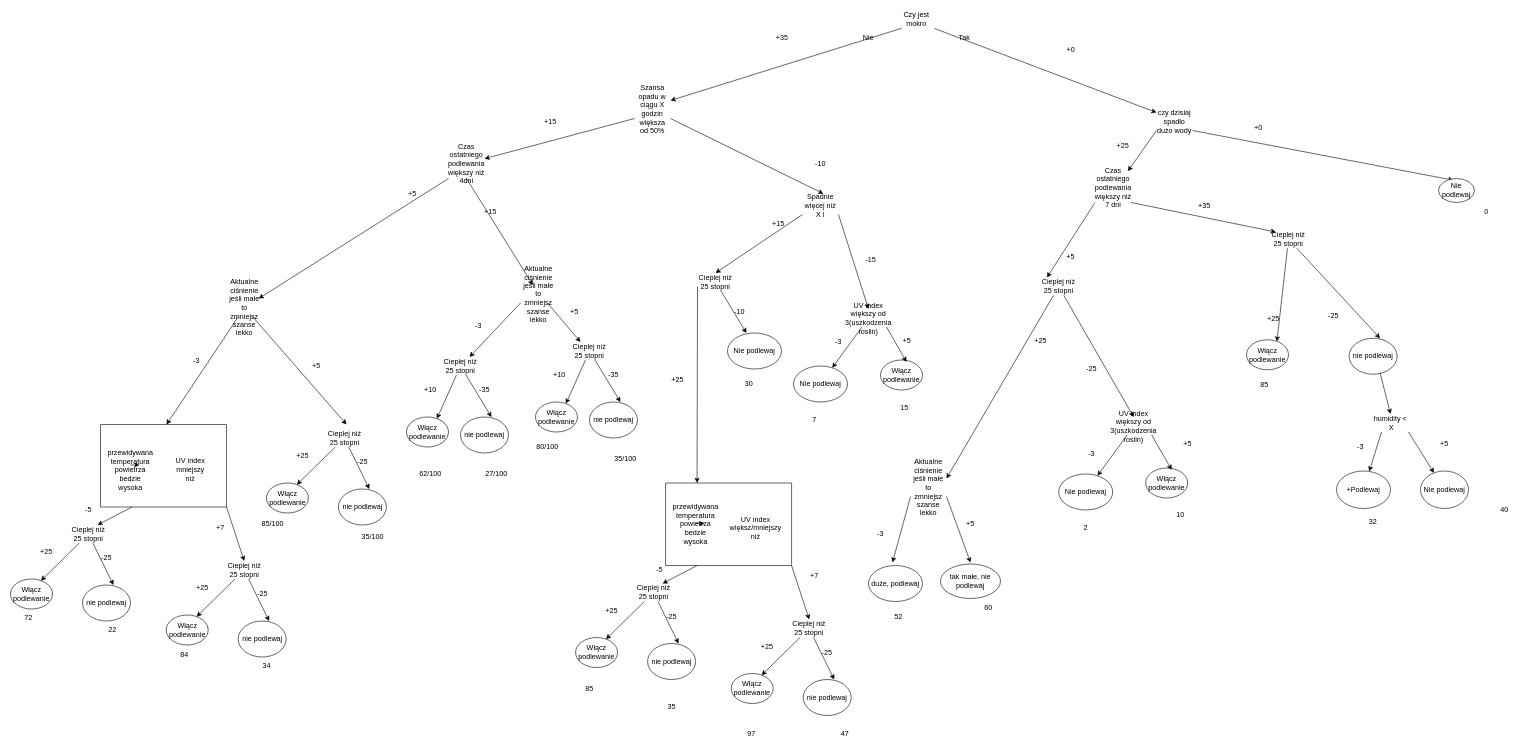
Earlier version of the draw.io diagram page "Diagram" (5 of 5) of conditional-probability.drawio (damiantomczyszyn/Irrigation-System). Source tidied: cells renumbered, new cells numbered last; positions are measured from the earlier drawing's top-left corner, leaving out a move shared by most shapes. Both pictures are drawn from the tidied source at 60%, with x=0, y=0 at pixel (10, 10).
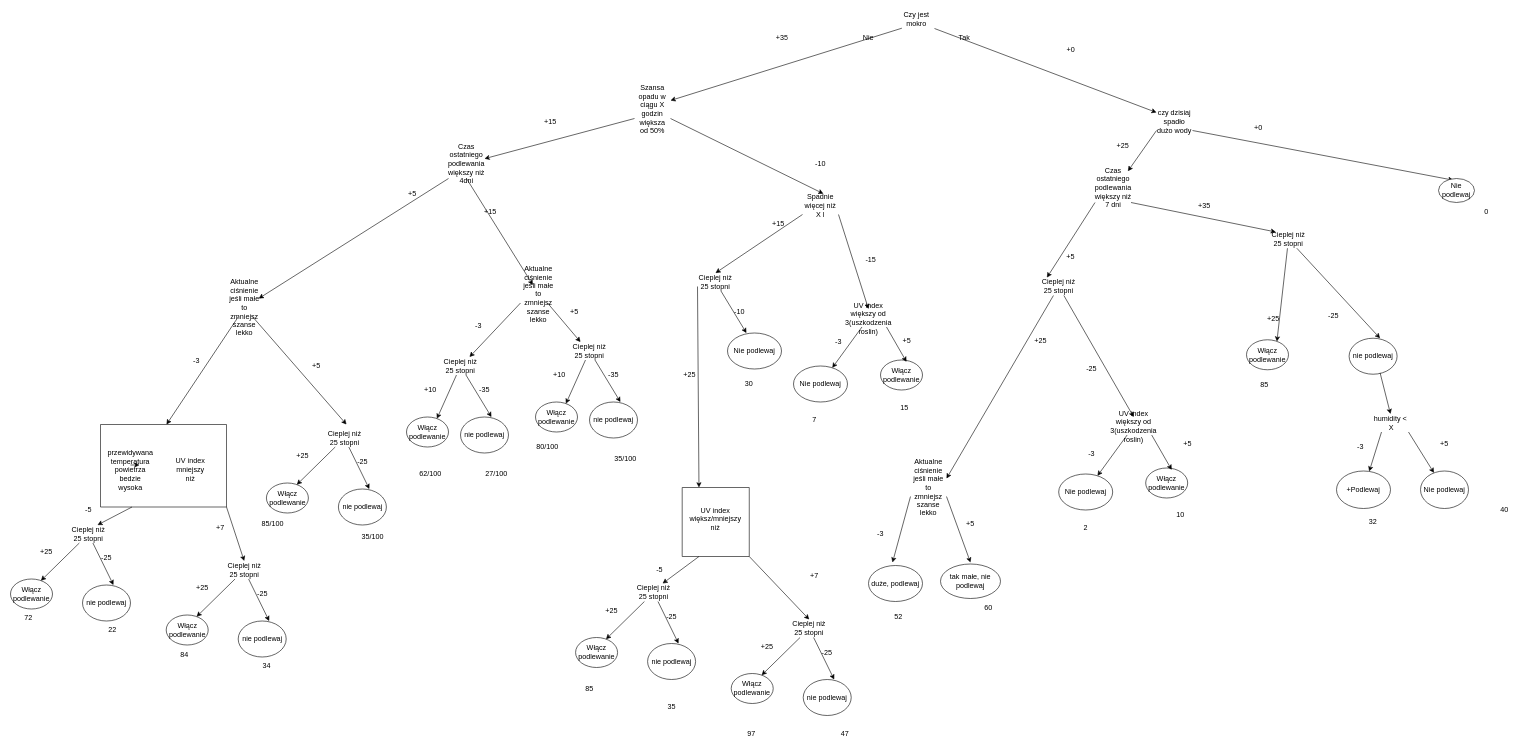
Above is the later version.

What changed in the source:
```diff
@@
     <mxCell id="33" value="+25" style="text;html=1;strokeColor=none;fillColor=none;align=center;verticalAlign=middle;whiteSpace=wrap;rounded=0;" parent="1" vertex="1">
-      <mxGeometry x="1081.8" y="601.2" width="60" height="30" as="geometry" />
+      <mxGeometry x="1101.8" y="592.5" width="60" height="30" as="geometry" />
     </mxCell>
@@
-    <mxCell id="125" value="UV index większ/mniejszy niż" style="text;html=1;strokeColor=none;fillColor=none;align=center;verticalAlign=middle;whiteSpace=wrap;rounded=0;" parent="1" vertex="1">
-      <mxGeometry x="1211.8" y="847.5" width="60" height="30" as="geometry" />
-    </mxCell>
-    <mxCell id="126" value="przewidywana temperatura powietrza bedzie wysoka&lt;br&gt;&lt;div&gt;&lt;br&gt;&lt;br&gt;&lt;/div&gt;" style="text;html=1;strokeColor=none;fillColor=none;align=center;verticalAlign=middle;whiteSpace=wrap;rounded=0;" parent="1" vertex="1">
-      <mxGeometry x="1111.8" y="855" width="60" height="30" as="geometry" />
-    </mxCell>
-    <mxCell id="127" style="edgeStyle=orthogonalEdgeStyle;rounded=0;orthogonalLoop=1;jettySize=auto;html=1;exitX=0.5;exitY=0;exitDx=0;exitDy=0;entryX=0.75;entryY=0;entryDx=0;entryDy=0;" parent="1" edge="1" source="126" target="126">
-      <mxGeometry relative="1" as="geometry" />
-    </mxCell>
@@
     <mxCell id="135" style="swimlane;startSize=0;" parent="1" vertex="1">
-      <mxGeometry x="1091.8" y="787.5" width="210" height="137.5" as="geometry" />
+      <mxGeometry x="1119.5" y="795" width="111.8" height="115" as="geometry" />
     </mxCell>
+    <mxCell id="125" value="UV index większ/mniejszy niż" style="text;html=1;strokeColor=none;fillColor=none;align=center;verticalAlign=middle;whiteSpace=wrap;rounded=0;" parent="135" vertex="1">
+      <mxGeometry x="25.5" y="37.5" width="60" height="30" as="geometry" />
+    </mxCell>
```
